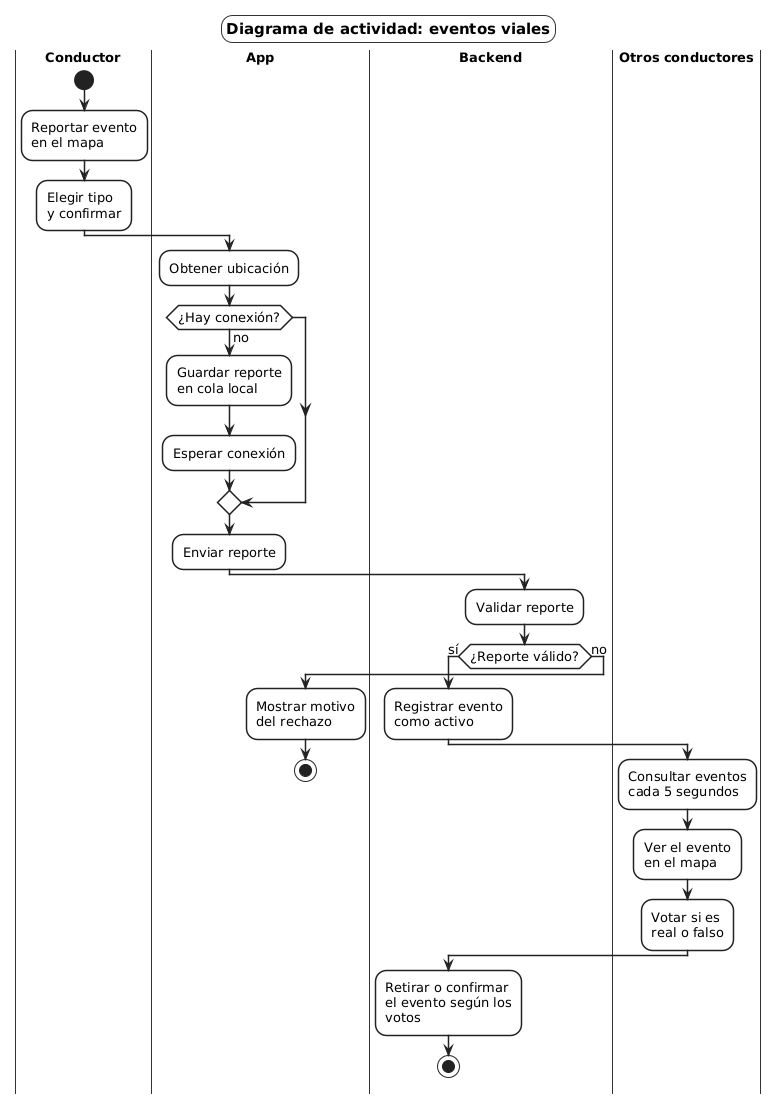
uniWASD/ChuroViajeInterno keeps this PlantUML diagram as 03_des/DiagramasPrueba/De Actividades/ACT-02_EventosViales.png. Above is the earlier version. The source it was exported from:
```plantuml
@startuml ACT-02_EventosViales
skinparam shadowing false
skinparam defaultFontName "DejaVu Sans"
skinparam defaultFontSize 13
skinparam wrapWidth 160
skinparam ArrowColor #222222
skinparam backgroundColor white
skinparam titleBorderThickness 1
skinparam titleBorderColor #333333
skinparam titleBorderRoundCorner 0
skinparam titleFontSize 15
skinparam titleBackgroundColor white
skinparam roundCorner 22
skinparam activity {
  BackgroundColor white
  BorderColor #222222
  BorderThickness 1.5
  DiamondBackgroundColor white
  DiamondBorderColor #222222
  StartColor #222222
  EndColor #222222
}
skinparam swimlane {
  BorderColor #333333
  BorderThickness 1
  TitleFontStyle bold
}
skinparam note {
  BackgroundColor white
  BorderColor #777777
}

title Diagrama de actividad: eventos viales

|Conductor|
start
:Reportar evento\nen el mapa;
:Elegir tipo\ny confirmar;
|App|
:Obtener ubicación;
if (¿Hay conexión?) then (no)
  :Guardar reporte\nen cola local;
  :Esperar conexión;
endif
:Enviar reporte;
|Backend|
:Validar reporte;
if (¿Reporte válido?) then (sí)
  :Registrar evento\ncomo activo;
  |Otros conductores|
  :Consultar eventos\ncada 5 segundos;
  :Ver el evento\nen el mapa;
  :Votar si es\nreal o falso;
  |Backend|
  :Retirar o confirmar\nel evento según los votos;
  stop
else (no)
  |App|
  :Mostrar motivo\ndel rechazo;
  stop
endif

@enduml
```
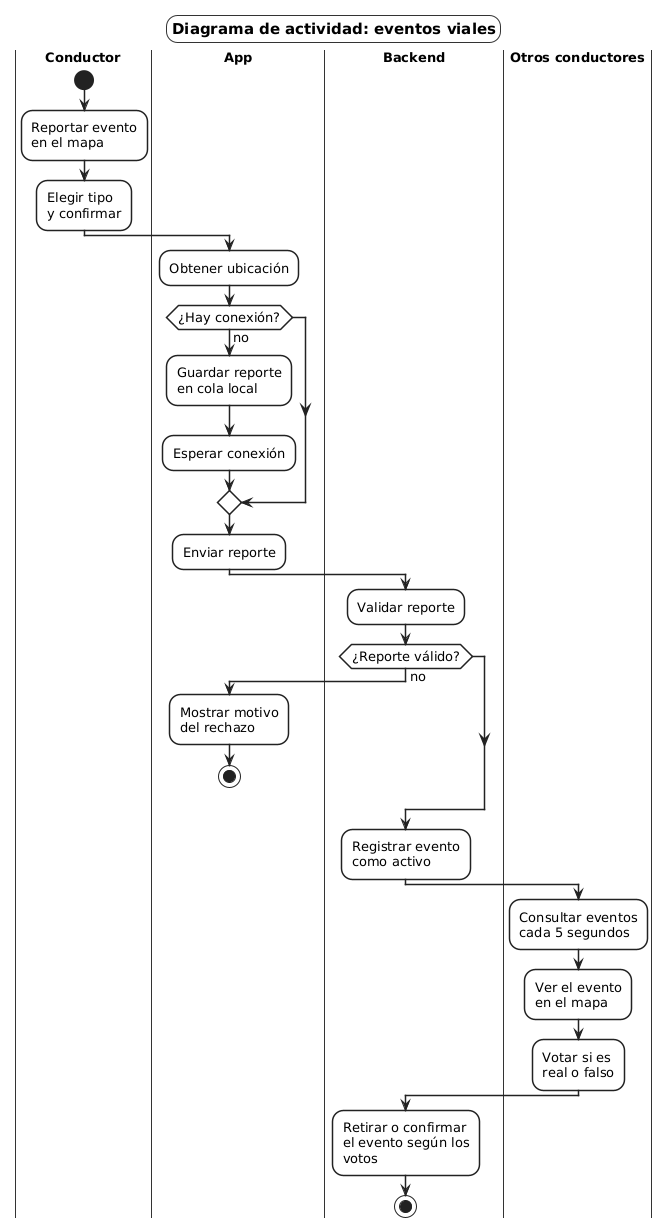
The same file after the commit.

Change to the diagram source:
```diff
@@ -45,19 +45,19 @@
 :Enviar reporte;
 |Backend|
 :Validar reporte;
-if (¿Reporte válido?) then (sí)
-  :Registrar evento\ncomo activo;
-  |Otros conductores|
-  :Consultar eventos\ncada 5 segundos;
-  :Ver el evento\nen el mapa;
-  :Votar si es\nreal o falso;
-  |Backend|
-  :Retirar o confirmar\nel evento según los votos;
-  stop
-else (no)
+if (¿Reporte válido?) then (no)
   |App|
   :Mostrar motivo\ndel rechazo;
   stop
 endif
+|Backend|
+:Registrar evento\ncomo activo;
+|Otros conductores|
+:Consultar eventos\ncada 5 segundos;
+:Ver el evento\nen el mapa;
+:Votar si es\nreal o falso;
+|Backend|
+:Retirar o confirmar\nel evento según los votos;
+stop
 
 @enduml
```
